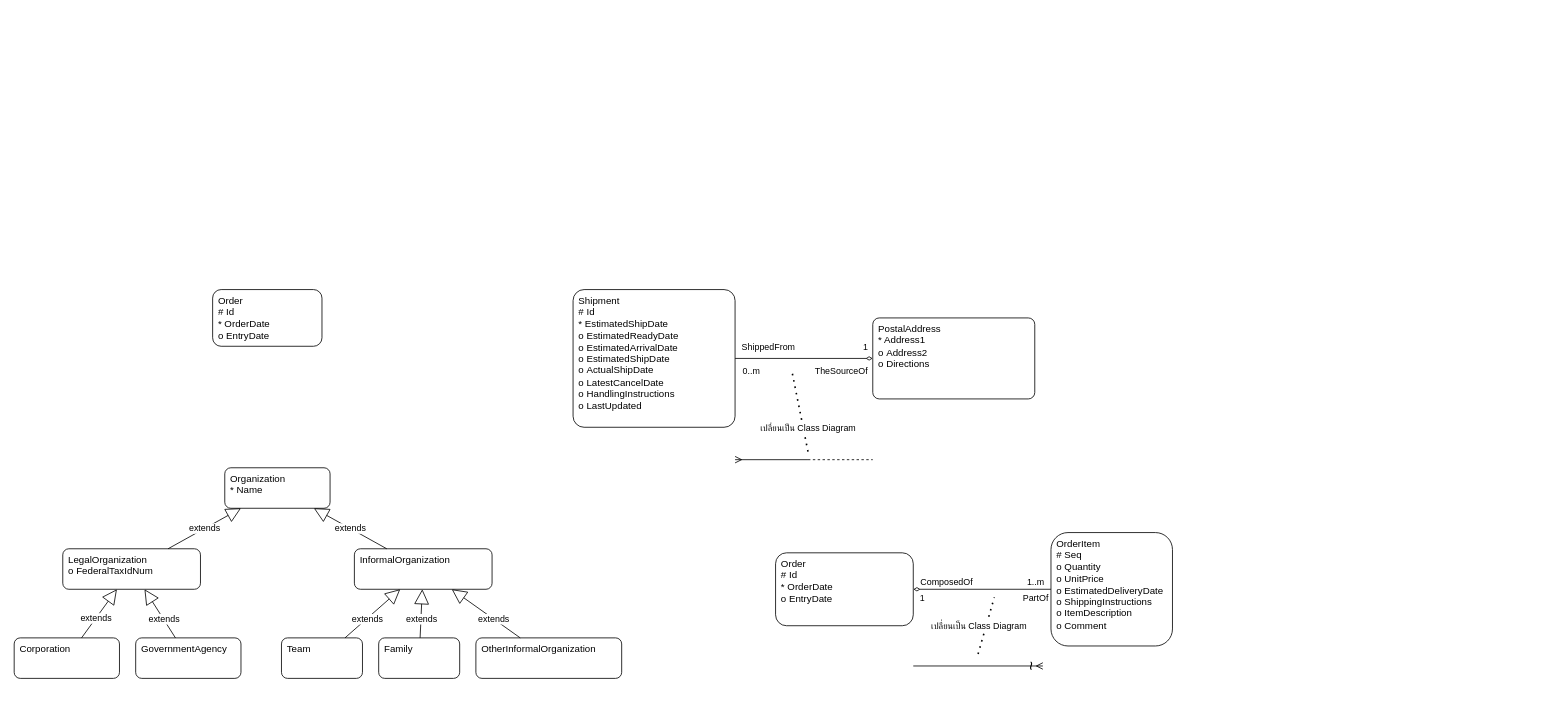
The draw.io diagram docs/draw/DMR.drawio in chavp/DataModeling, before the edit. Source tidied: cells renumbered, new cells numbered last; positions are measured from the earlier drawing's top-left corner, leaving out a move shared by most shapes. Both pictures are drawn from the tidied source at 81%, with x=0, y=0 at pixel (14, 289).
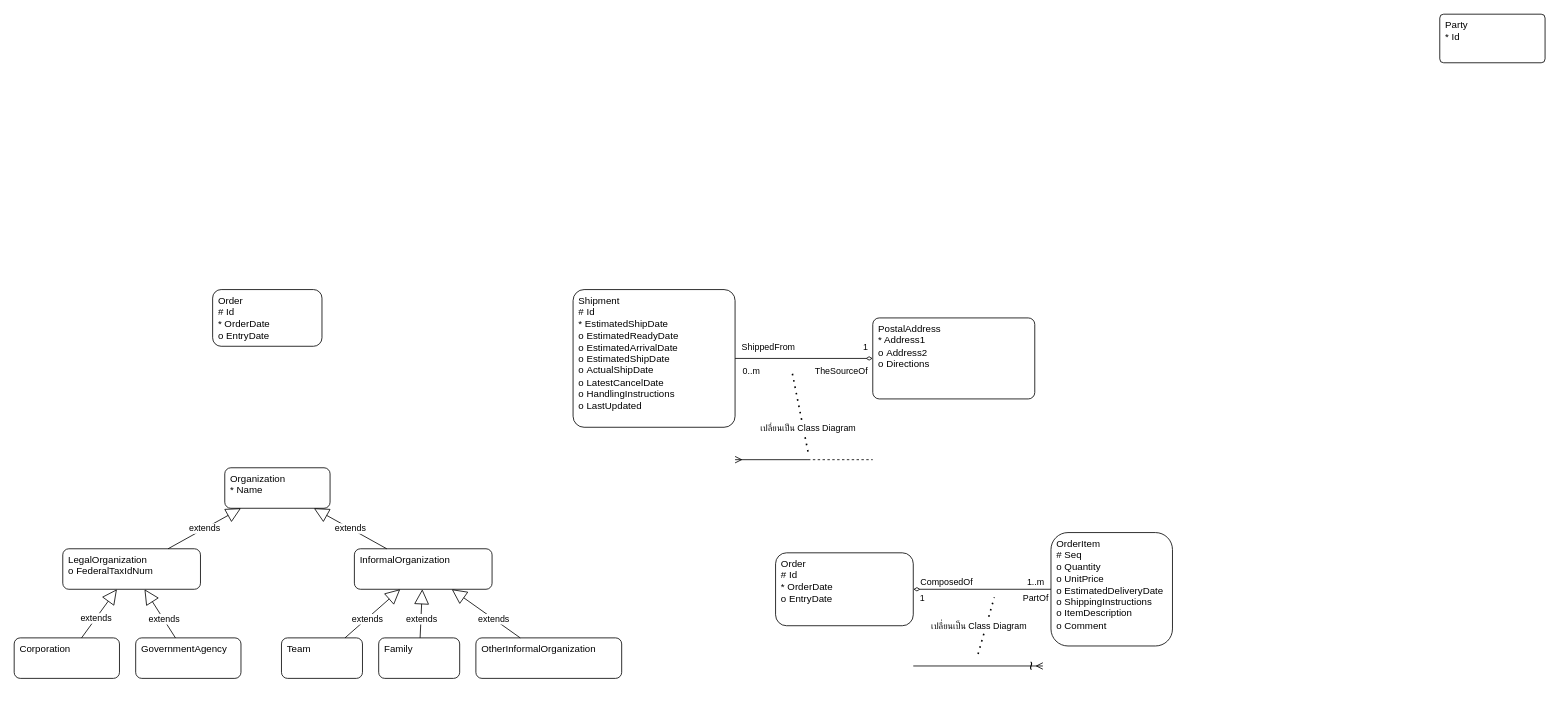
After the change.

Diff of the diagram source:
```diff
@@
+    <mxCell id="46" value="&lt;div&gt;&lt;span style=&quot;background-color: transparent; color: light-dark(rgb(0, 0, 0), rgb(255, 255, 255));&quot;&gt;Party&lt;/span&gt;&lt;/div&gt;&lt;div&gt;&lt;div&gt;* Id&lt;/div&gt;&lt;/div&gt;&lt;div&gt;&lt;span style=&quot;background-color: transparent; color: light-dark(rgb(0, 0, 0), rgb(255, 255, 255));&quot;&gt;&lt;br&gt;&lt;/span&gt;&lt;/div&gt;" style="rounded=1;whiteSpace=wrap;html=1;verticalAlign=top;align=left;spacingTop=0;spacingLeft=5;arcSize=8;" parent="1" vertex="1">
+      <mxGeometry x="1760" y="-340" width="130" height="60" as="geometry" />
+    </mxCell>
```
